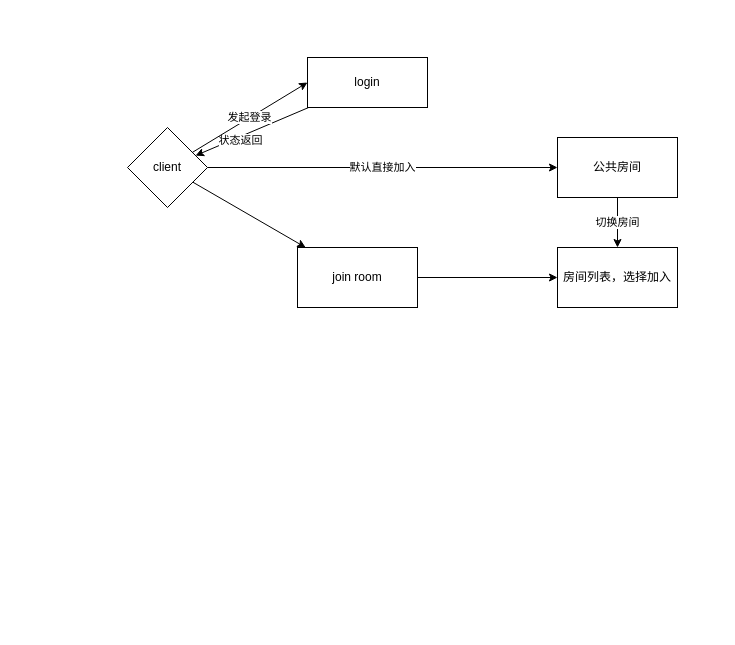
The draw.io diagram server/design.dio in inoth/chat, before the edit. Source tidied: cells renumbered, new cells numbered last; positions are measured from the earlier drawing's top-left corner, leaving out a move shared by most shapes. Both pictures are drawn from the tidied source at 100%, with x=0, y=0 at pixel (127, 57).
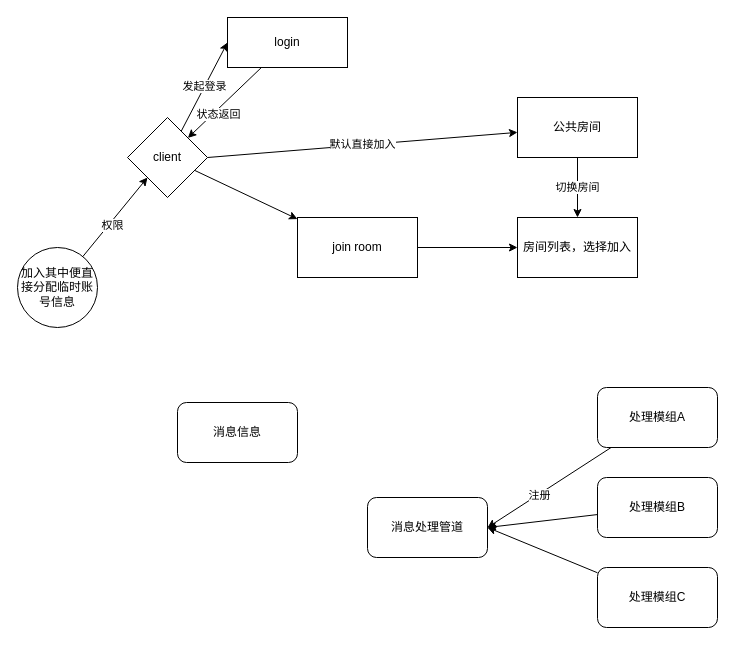
The same page after the edit.

Diff of the diagram source:
```diff
@@
     <mxCell id="4" value="login" style="rounded=0;whiteSpace=wrap;html=1;" parent="1" vertex="1">
-      <mxGeometry x="180" width="120" height="50" as="geometry" />
+      <mxGeometry x="100" y="-40" width="120" height="50" as="geometry" />
     </mxCell>
@@
     <mxCell id="6" value="公共房间" style="rounded=0;whiteSpace=wrap;html=1;" parent="1" vertex="1">
-      <mxGeometry x="430" y="80" width="120" height="60" as="geometry" />
+      <mxGeometry x="390" y="40" width="120" height="60" as="geometry" />
     </mxCell>
@@
     <mxCell id="10" value="client" style="rhombus;whiteSpace=wrap;html=1;rounded=0;" parent="1" vertex="1">
-      <mxGeometry y="70" width="80" height="80" as="geometry" />
+      <mxGeometry y="60" width="80" height="80" as="geometry" />
     </mxCell>
@@
     <mxCell id="12" value="join room" style="whiteSpace=wrap;html=1;rounded=0;" parent="1" vertex="1">
-      <mxGeometry x="170" y="190" width="120" height="60" as="geometry" />
+      <mxGeometry x="170" y="160" width="120" height="60" as="geometry" />
     </mxCell>
     <mxCell id="13" value="房间列表，选择加入" style="rounded=0;whiteSpace=wrap;html=1;" parent="1" vertex="1">
-      <mxGeometry x="430" y="190" width="120" height="60" as="geometry" />
+      <mxGeometry x="390" y="160" width="120" height="60" as="geometry" />
     </mxCell>
+    <mxCell id="14" value="消息信息" style="rounded=1;whiteSpace=wrap;html=1;" parent="1" vertex="1">
+      <mxGeometry x="50" y="345" width="120" height="60" as="geometry" />
+    </mxCell>
+    <mxCell id="15" value="消息处理管道" style="rounded=1;whiteSpace=wrap;html=1;" parent="1" vertex="1">
+      <mxGeometry x="240" y="440" width="120" height="60" as="geometry" />
+    </mxCell>
+    <mxCell id="16" style="edgeStyle=none;html=1;" parent="1" edge="1" source="18">
+      <mxGeometry relative="1" as="geometry">
+        <mxPoint x="360" y="470" as="targetPoint" />
+      </mxGeometry>
+    </mxCell>
+    <mxCell id="17" value="注册" style="edgeLabel;html=1;align=center;verticalAlign=middle;" parent="16" vertex="1">
+      <mxGeometry x="0.17" y="1" relative="1" as="geometry" />
+    </mxCell>
+    <mxCell id="18" value="处理模组A" style="rounded=1;whiteSpace=wrap;html=1;" parent="1" vertex="1">
+      <mxGeometry x="470" y="330" width="120" height="60" as="geometry" />
+    </mxCell>
+    <mxCell id="19" style="edgeStyle=none;html=1;entryX=1;entryY=0.5;entryDx=0;entryDy=0;" parent="1" edge="1" source="20" target="15">
+      <mxGeometry relative="1" as="geometry" />
+    </mxCell>
+    <mxCell id="20" value="处理模组B" style="rounded=1;whiteSpace=wrap;html=1;" parent="1" vertex="1">
+      <mxGeometry x="470" y="420" width="120" height="60" as="geometry" />
+    </mxCell>
+    <mxCell id="21" style="edgeStyle=none;html=1;entryX=1;entryY=0.5;entryDx=0;entryDy=0;" parent="1" edge="1" source="22" target="15">
+      <mxGeometry relative="1" as="geometry" />
+    </mxCell>
+    <mxCell id="22" value="处理模组C" style="rounded=1;whiteSpace=wrap;html=1;" parent="1" vertex="1">
+      <mxGeometry x="470" y="510" width="120" height="60" as="geometry" />
+    </mxCell>
+    <mxCell id="23" style="edgeStyle=none;html=1;entryX=0;entryY=1;entryDx=0;entryDy=0;" parent="1" edge="1" source="25" target="10">
+      <mxGeometry relative="1" as="geometry" />
+    </mxCell>
+    <mxCell id="24" value="权限" style="edgeLabel;html=1;align=center;verticalAlign=middle;" parent="23" vertex="1">
+      <mxGeometry x="-0.15" y="-3" relative="1" as="geometry" />
+    </mxCell>
+    <mxCell id="25" value="加入其中便直接分配临时账号信息" style="ellipse;whiteSpace=wrap;html=1;" parent="1" vertex="1">
+      <mxGeometry x="-110" y="190" width="80" height="80" as="geometry" />
+    </mxCell>
```
